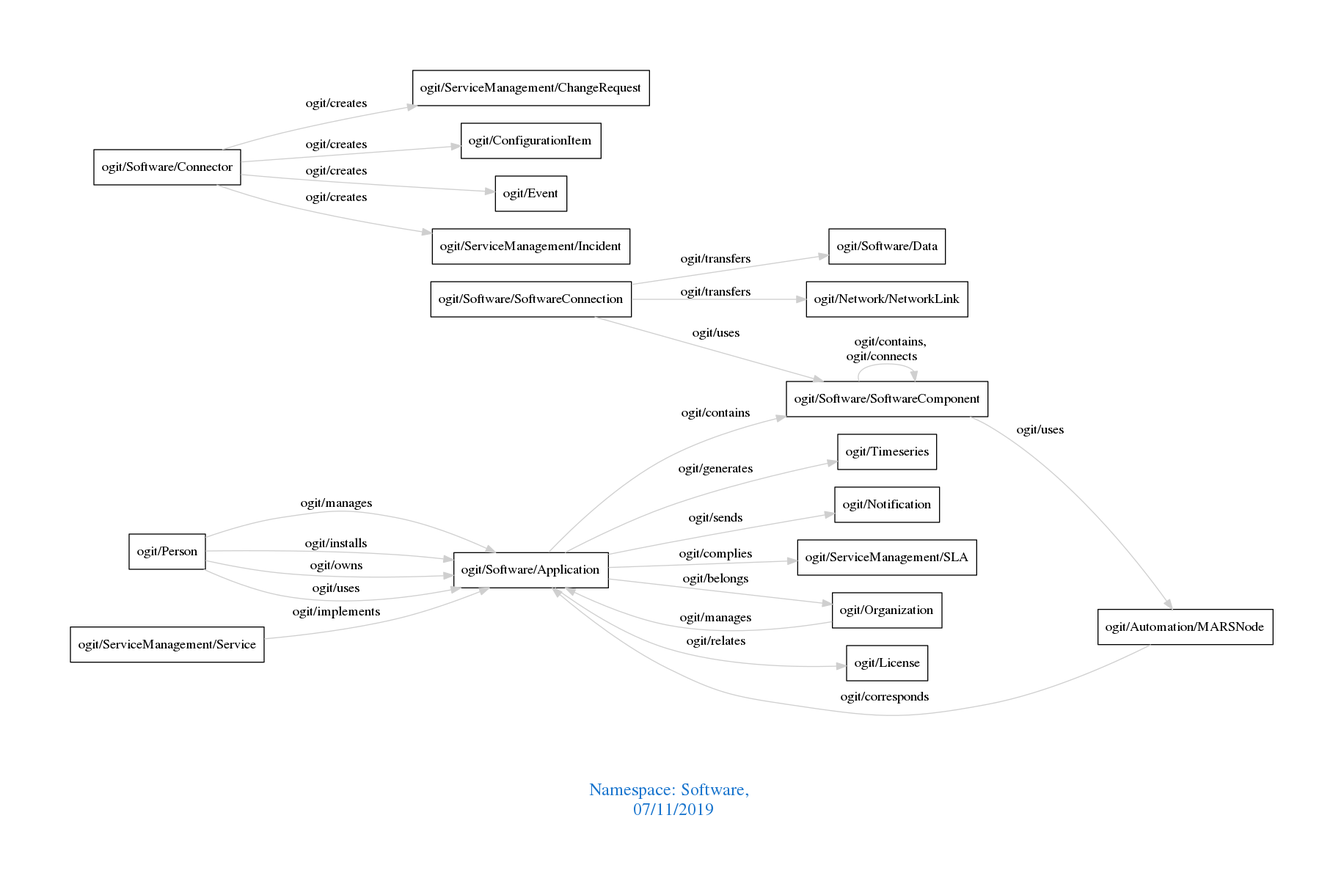
Above: downloads/Software.png in arago/OGIT (Graphviz), before the change. Its source is kept beside it as downloads/Software.dot.
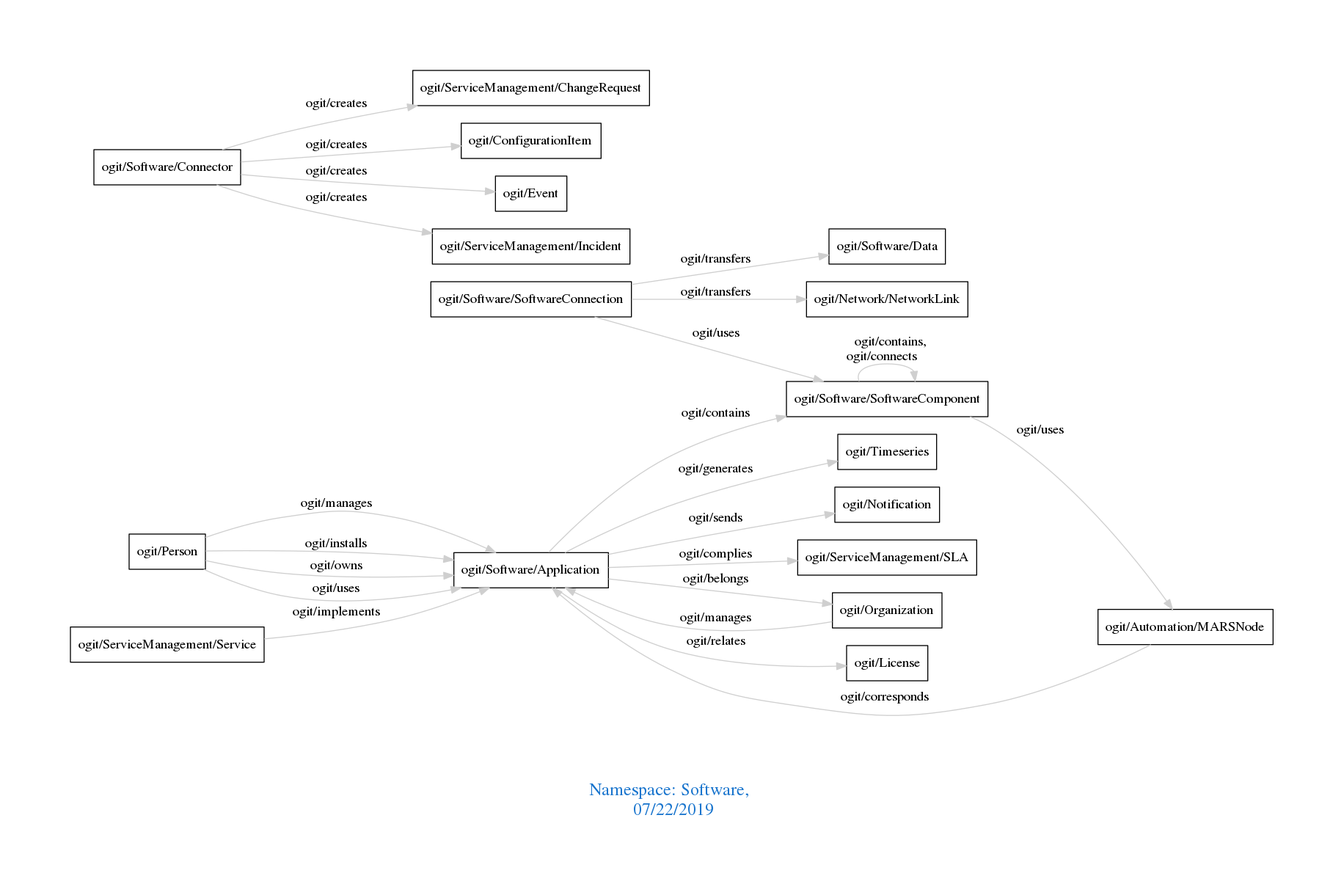
Above is the later version.

Diff of the diagram source:
```diff
@@ -1,7 +1,7 @@
 digraph OGIT_ontology {
  graph [ rankdir= LR,pad=1
 fontsize = 18,
-fontcolor= dodgerblue3,label = "\n\n\nNamespace: Software, \n 07/11/2019"];
+fontcolor= dodgerblue3,label = "\n\n\nNamespace: Software, \n 07/22/2019"];
 node[shape=polygon];
 edge [  color="gray81"];
 
```
